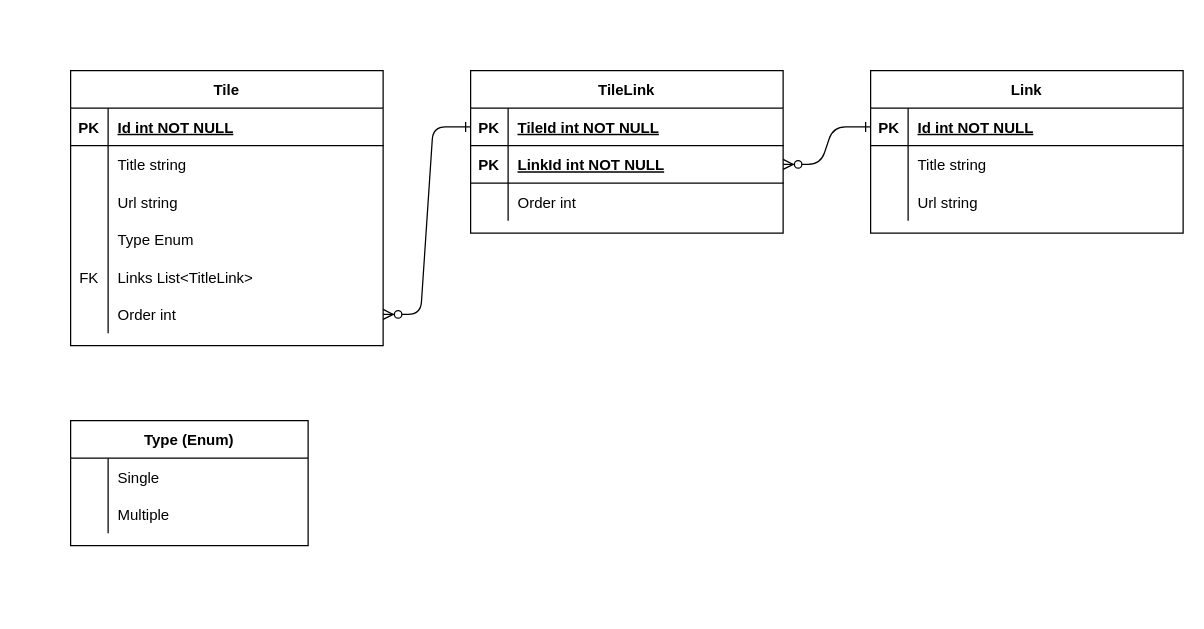
Black-Seraphim/LinklistCreator keeps this draw.io diagram as Model/Model.drawio. Above is the earlier version. Source tidied: cells renumbered, new cells numbered last; positions are measured from the earlier drawing's top-left corner, leaving out a move shared by most shapes. Both pictures are drawn from the tidied source at 125%, with x=0, y=0 at pixel (70, 70).
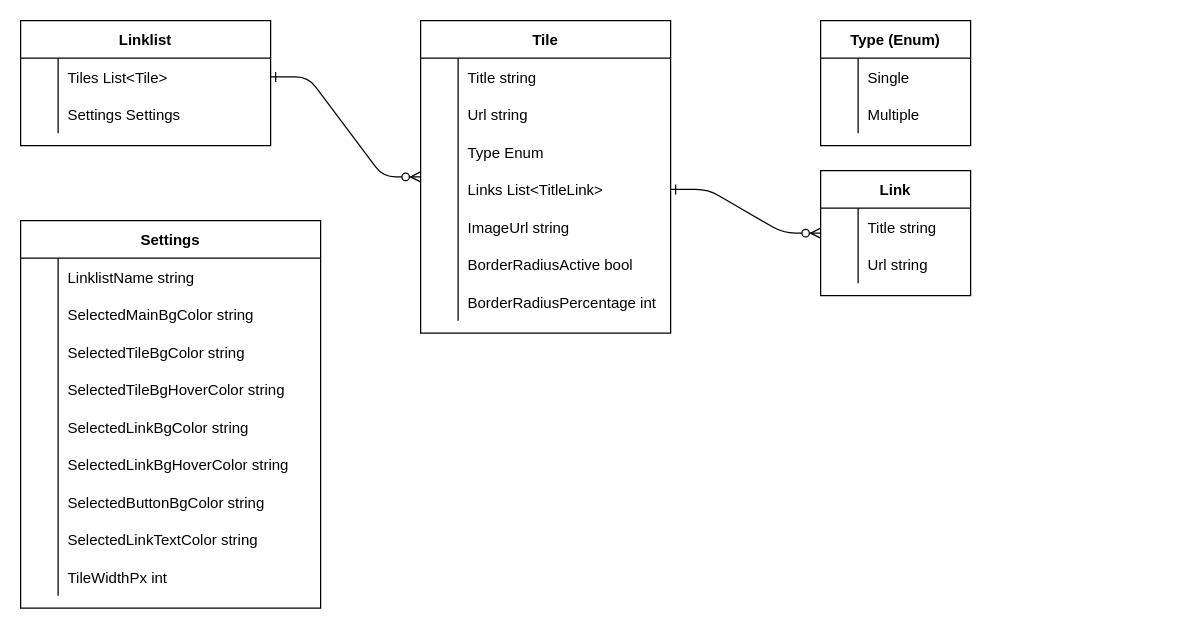
The same diagram, later.

The edit, as a diff of the source:
```diff
@@
-    <mxCell id="2" style="edgeStyle=entityRelationEdgeStyle;endArrow=ERzeroToMany;startArrow=ERone;endFill=1;startFill=0;exitX=0;exitY=0.5;exitDx=0;exitDy=0;entryX=1;entryY=0.5;entryDx=0;entryDy=0;" parent="1" edge="1" source="40" target="29">
+    <mxCell id="2" style="edgeStyle=entityRelationEdgeStyle;endArrow=ERzeroToMany;startArrow=ERone;endFill=1;startFill=0;" parent="1" edge="1" source="26" target="3">
       <mxGeometry relative="1" as="geometry" />
     </mxCell>
     <mxCell id="3" value="Link" style="shape=table;startSize=30;childLayout=tableLayout;rowLines=0;fontStyle=1;align=center;" parent="1" vertex="1">
-      <mxGeometry x="640" width="250" height="130" as="geometry" />
+      <mxGeometry x="600" y="80" width="120" height="100" as="geometry" />
     </mxCell>
-    <mxCell id="4" style="shape=partialRectangle;fillColor=none;points=[[0,0.5],[1,0.5]];portConstraint=eastwest;top=0;left=0;right=0;bottom=1;" parent="3" vertex="1">
-      <mxGeometry y="30" width="250" height="30" as="geometry" />
-    </mxCell>
-    <mxCell id="5" value="PK" style="shape=partialRectangle;overflow=hidden;fillColor=none;top=0;left=0;bottom=0;right=0;fontStyle=1;" parent="4" vertex="1">
-      <mxGeometry width="30" height="30" as="geometry" />
-    </mxCell>
-    <mxCell id="6" value="Id int NOT NULL" style="shape=partialRectangle;overflow=hidden;fillColor=none;top=0;left=0;bottom=0;right=0;align=left;spacingLeft=6;fontStyle=5;" parent="4" vertex="1">
-      <mxGeometry x="30" width="220" height="30" as="geometry" />
-    </mxCell>
     <mxCell id="7" style="shape=partialRectangle;fillColor=none;top=0;left=0;right=0;bottom=0;" parent="3" vertex="1">
-      <mxGeometry y="60" width="250" height="30" as="geometry" />
+      <mxGeometry y="30" width="120" height="30" as="geometry" />
     </mxCell>
@@
     <mxCell id="9" value="Title string" style="shape=partialRectangle;overflow=hidden;fillColor=none;top=0;left=0;bottom=0;right=0;align=left;spacingLeft=6;" parent="7" vertex="1">
-      <mxGeometry x="30" width="220" height="30" as="geometry" />
+      <mxGeometry x="30" width="90" height="30" as="geometry" />
     </mxCell>
     <mxCell id="10" style="shape=partialRectangle;fillColor=none;top=0;left=0;right=0;bottom=0;" parent="3" vertex="1">
-      <mxGeometry y="90" width="250" height="30" as="geometry" />
+      <mxGeometry y="60" width="120" height="30" as="geometry" />
     </mxCell>
@@
     <mxCell id="12" value="Url string" style="shape=partialRectangle;overflow=hidden;fillColor=none;top=0;left=0;bottom=0;right=0;align=left;spacingLeft=6;" parent="10" vertex="1">
-      <mxGeometry x="30" width="220" height="30" as="geometry" />
+      <mxGeometry x="30" width="90" height="30" as="geometry" />
     </mxCell>
     <mxCell id="13" value="Tile" style="shape=table;startSize=30;childLayout=tableLayout;rowLines=0;fontStyle=1;align=center;" parent="1" vertex="1">
-      <mxGeometry width="250" height="220" as="geometry" />
+      <mxGeometry x="280" y="-40" width="200" height="250" as="geometry" />
     </mxCell>
-    <mxCell id="14" style="shape=partialRectangle;fillColor=none;top=0;left=0;right=0;bottom=1;" parent="13" vertex="1">
-      <mxGeometry y="30" width="250" height="30" as="geometry" />
-    </mxCell>
-    <mxCell id="15" value="PK" style="shape=partialRectangle;overflow=hidden;fillColor=none;top=0;left=0;bottom=0;right=0;fontStyle=1;" parent="14" vertex="1">
-      <mxGeometry width="30" height="30" as="geometry" />
-    </mxCell>
-    <mxCell id="16" value="Id int NOT NULL" style="shape=partialRectangle;overflow=hidden;fillColor=none;top=0;left=0;bottom=0;right=0;align=left;spacingLeft=6;fontStyle=5;" parent="14" vertex="1">
-      <mxGeometry x="30" width="220" height="30" as="geometry" />
-    </mxCell>
     <mxCell id="17" style="shape=partialRectangle;fillColor=none;top=0;left=0;right=0;bottom=0;" parent="13" vertex="1">
-      <mxGeometry y="60" width="250" height="30" as="geometry" />
+      <mxGeometry y="30" width="200" height="30" as="geometry" />
     </mxCell>
@@
     <mxCell id="19" value="Title string" style="shape=partialRectangle;overflow=hidden;fillColor=none;top=0;left=0;bottom=0;right=0;align=left;spacingLeft=6;" parent="17" vertex="1">
-      <mxGeometry x="30" width="220" height="30" as="geometry" />
+      <mxGeometry x="30" width="170" height="30" as="geometry" />
     </mxCell>
     <mxCell id="20" style="shape=partialRectangle;fillColor=none;top=0;left=0;right=0;bottom=0;" parent="13" vertex="1">
-      <mxGeometry y="90" width="250" height="30" as="geometry" />
+      <mxGeometry y="60" width="200" height="30" as="geometry" />
     </mxCell>
@@
     <mxCell id="22" value="Url string" style="shape=partialRectangle;overflow=hidden;fillColor=none;top=0;left=0;bottom=0;right=0;align=left;spacingLeft=6;" parent="20" vertex="1">
-      <mxGeometry x="30" width="220" height="30" as="geometry" />
+      <mxGeometry x="30" width="170" height="30" as="geometry" />
     </mxCell>
     <mxCell id="23" style="shape=partialRectangle;fillColor=none;top=0;left=0;right=0;bottom=0;" parent="13" vertex="1">
-      <mxGeometry y="120" width="250" height="30" as="geometry" />
+      <mxGeometry y="90" width="200" height="30" as="geometry" />
     </mxCell>
@@
     <mxCell id="25" value="Type Enum" style="shape=partialRectangle;overflow=hidden;fillColor=none;top=0;left=0;bottom=0;right=0;align=left;spacingLeft=6;" parent="23" vertex="1">
-      <mxGeometry x="30" width="220" height="30" as="geometry" />
+      <mxGeometry x="30" width="170" height="30" as="geometry" />
     </mxCell>
     <mxCell id="26" style="shape=partialRectangle;fillColor=none;points=[[0,0.5],[1,0.5]];portConstraint=eastwest;top=0;left=0;right=0;bottom=0;" parent="13" vertex="1">
-      <mxGeometry y="150" width="250" height="30" as="geometry" />
+      <mxGeometry y="120" width="200" height="30" as="geometry" />
     </mxCell>
-    <mxCell id="27" value="FK" style="shape=partialRectangle;overflow=hidden;fillColor=none;top=0;left=0;bottom=0;right=0;" parent="26" vertex="1">
+    <mxCell id="27" style="shape=partialRectangle;overflow=hidden;fillColor=none;top=0;left=0;bottom=0;right=0;" parent="26" vertex="1">
       <mxGeometry width="30" height="30" as="geometry" />
     </mxCell>
     <mxCell id="28" value="Links List&lt;TitleLink&gt;" style="shape=partialRectangle;overflow=hidden;fillColor=none;top=0;left=0;bottom=0;right=0;align=left;spacingLeft=6;" parent="26" vertex="1">
-      <mxGeometry x="30" width="220" height="30" as="geometry" />
+      <mxGeometry x="30" width="170" height="30" as="geometry" />
     </mxCell>
+    <mxCell id="50" style="shape=partialRectangle;fillColor=none;top=0;left=0;right=0;bottom=0;" parent="13" vertex="1">
+      <mxGeometry y="150" width="200" height="30" as="geometry" />
+    </mxCell>
+    <mxCell id="51" style="shape=partialRectangle;overflow=hidden;fillColor=none;top=0;left=0;bottom=0;right=0;" parent="50" vertex="1">
+      <mxGeometry width="30" height="30" as="geometry" />
+    </mxCell>
+    <mxCell id="52" value="ImageUrl string" style="shape=partialRectangle;overflow=hidden;fillColor=none;top=0;left=0;bottom=0;right=0;align=left;spacingLeft=6;" parent="50" vertex="1">
+      <mxGeometry x="30" width="170" height="30" as="geometry" />
+    </mxCell>
+    <mxCell id="53" style="shape=partialRectangle;fillColor=none;top=0;left=0;right=0;bottom=0;" parent="13" vertex="1">
+      <mxGeometry y="180" width="200" height="30" as="geometry" />
+    </mxCell>
+    <mxCell id="54" style="shape=partialRectangle;overflow=hidden;fillColor=none;top=0;left=0;bottom=0;right=0;" parent="53" vertex="1">
+      <mxGeometry width="30" height="30" as="geometry" />
+    </mxCell>
+    <mxCell id="55" value="BorderRadiusActive bool" style="shape=partialRectangle;overflow=hidden;fillColor=none;top=0;left=0;bottom=0;right=0;align=left;spacingLeft=6;" parent="53" vertex="1">
+      <mxGeometry x="30" width="170" height="30" as="geometry" />
+    </mxCell>
     <mxCell id="29" style="shape=partialRectangle;fillColor=none;points=[[0,0.5],[1,0.5]];portConstraint=eastwest;top=0;left=0;right=0;bottom=0;" parent="13" vertex="1">
-      <mxGeometry y="180" width="250" height="30" as="geometry" />
+      <mxGeometry y="210" width="200" height="30" as="geometry" />
     </mxCell>
@@
-    <mxCell id="31" value="Order int" style="shape=partialRectangle;overflow=hidden;fillColor=none;top=0;left=0;bottom=0;right=0;align=left;spacingLeft=6;" parent="29" vertex="1">
-      <mxGeometry x="30" width="220" height="30" as="geometry" />
+    <mxCell id="31" value="BorderRadiusPercentage int" style="shape=partialRectangle;overflow=hidden;fillColor=none;top=0;left=0;bottom=0;right=0;align=left;spacingLeft=6;" parent="29" vertex="1">
+      <mxGeometry x="30" width="170" height="30" as="geometry" />
     </mxCell>
     <mxCell id="32" value="Type (Enum)" style="shape=table;startSize=30;childLayout=tableLayout;rowLines=0;fontStyle=1;align=center;" parent="1" vertex="1">
-      <mxGeometry y="280" width="190" height="100" as="geometry" />
+      <mxGeometry x="600" y="-40" width="120" height="100" as="geometry" />
     </mxCell>
     <mxCell id="33" style="shape=partialRectangle;fillColor=none;top=0;left=0;right=0;bottom=0;" parent="32" vertex="1">
-      <mxGeometry y="30" width="190" height="30" as="geometry" />
+      <mxGeometry y="30" width="120" height="30" as="geometry" />
     </mxCell>
@@
     <mxCell id="35" value="Single" style="shape=partialRectangle;overflow=hidden;fillColor=none;top=0;left=0;bottom=0;right=0;align=left;spacingLeft=6;" parent="33" vertex="1">
-      <mxGeometry x="30" width="160" height="30" as="geometry" />
+      <mxGeometry x="30" width="90" height="30" as="geometry" />
     </mxCell>
     <mxCell id="36" style="shape=partialRectangle;fillColor=none;top=0;left=0;right=0;bottom=0;" parent="32" vertex="1">
-      <mxGeometry y="60" width="190" height="30" as="geometry" />
+      <mxGeometry y="60" width="120" height="30" as="geometry" />
     </mxCell>
@@
     <mxCell id="38" value="Multiple" style="shape=partialRectangle;overflow=hidden;fillColor=none;top=0;left=0;bottom=0;right=0;align=left;spacingLeft=6;" parent="36" vertex="1">
-      <mxGeometry x="30" width="160" height="30" as="geometry" />
+      <mxGeometry x="30" width="90" height="30" as="geometry" />
     </mxCell>
-    <mxCell id="39" value="TileLink" style="shape=table;startSize=30;childLayout=tableLayout;rowLines=0;fontStyle=1;align=center;" parent="1" vertex="1">
-      <mxGeometry x="320" width="250" height="130" as="geometry" />
-    </mxCell>
-    <mxCell id="40" style="shape=partialRectangle;fillColor=none;points=[[0,0.5],[1,0.5]];portConstraint=eastwest;top=0;left=0;right=0;bottom=1;" parent="39" vertex="1">
-      <mxGeometry y="30" width="250" height="30" as="geometry" />
-    </mxCell>
-    <mxCell id="41" value="PK" style="shape=partialRectangle;overflow=hidden;fillColor=none;top=0;left=0;bottom=0;right=0;fontStyle=1;" parent="40" vertex="1">
-      <mxGeometry width="30" height="30" as="geometry" />
-    </mxCell>
-    <mxCell id="42" value="TileId int NOT NULL" style="shape=partialRectangle;overflow=hidden;fillColor=none;top=0;left=0;bottom=0;right=0;align=left;spacingLeft=6;fontStyle=5;" parent="40" vertex="1">
-      <mxGeometry x="30" width="220" height="30" as="geometry" />
-    </mxCell>
-    <mxCell id="43" style="shape=partialRectangle;fillColor=none;points=[[0,0.5],[1,0.5]];portConstraint=eastwest;top=0;left=0;right=0;bottom=1;" parent="39" vertex="1">
-      <mxGeometry y="60" width="250" height="30" as="geometry" />
-    </mxCell>
-    <mxCell id="44" value="PK" style="shape=partialRectangle;overflow=hidden;fillColor=none;top=0;left=0;bottom=0;right=0;fontStyle=1;" parent="43" vertex="1">
-      <mxGeometry width="30" height="30" as="geometry" />
-    </mxCell>
-    <mxCell id="45" value="LinkId int NOT NULL" style="shape=partialRectangle;overflow=hidden;fillColor=none;top=0;left=0;bottom=0;right=0;align=left;spacingLeft=6;fontStyle=5;" parent="43" vertex="1">
-      <mxGeometry x="30" width="220" height="30" as="geometry" />
-    </mxCell>
-    <mxCell id="46" style="shape=partialRectangle;fillColor=none;top=0;left=0;right=0;bottom=0;" parent="39" vertex="1">
-      <mxGeometry y="90" width="250" height="30" as="geometry" />
-    </mxCell>
-    <mxCell id="47" style="shape=partialRectangle;overflow=hidden;fillColor=none;top=0;left=0;bottom=0;right=0;" parent="46" vertex="1">
-      <mxGeometry width="30" height="30" as="geometry" />
-    </mxCell>
-    <mxCell id="48" value="Order int" style="shape=partialRectangle;overflow=hidden;fillColor=none;top=0;left=0;bottom=0;right=0;align=left;spacingLeft=6;" parent="46" vertex="1">
-      <mxGeometry x="30" width="220" height="30" as="geometry" />
-    </mxCell>
-    <mxCell id="49" style="edgeStyle=entityRelationEdgeStyle;endArrow=ERzeroToMany;startArrow=ERone;endFill=1;startFill=0;entryX=1;entryY=0.5;entryDx=0;entryDy=0;exitX=0;exitY=0.5;exitDx=0;exitDy=0;" parent="1" edge="1" source="4" target="43">
-      <mxGeometry relative="1" as="geometry" />
-    </mxCell>
+    <mxCell id="56" value="Settings" style="shape=table;startSize=30;childLayout=tableLayout;rowLines=0;fontStyle=1;align=center;" parent="1" vertex="1">
+      <mxGeometry x="-40" y="120" width="240" height="310" as="geometry" />
+    </mxCell>
+    <mxCell id="57" style="shape=partialRectangle;fillColor=none;top=0;left=0;right=0;bottom=0;" parent="56" vertex="1">
+      <mxGeometry y="30" width="240" height="30" as="geometry" />
+    </mxCell>
+    <mxCell id="58" style="shape=partialRectangle;overflow=hidden;fillColor=none;top=0;left=0;bottom=0;right=0;" parent="57" vertex="1">
+      <mxGeometry width="30" height="30" as="geometry" />
+    </mxCell>
+    <mxCell id="59" value="LinklistName string" style="shape=partialRectangle;overflow=hidden;fillColor=none;top=0;left=0;bottom=0;right=0;align=left;spacingLeft=6;" parent="57" vertex="1">
+      <mxGeometry x="30" width="210" height="30" as="geometry" />
+    </mxCell>
+    <mxCell id="60" style="shape=partialRectangle;fillColor=none;top=0;left=0;right=0;bottom=0;" parent="56" vertex="1">
+      <mxGeometry y="60" width="240" height="30" as="geometry" />
+    </mxCell>
+    <mxCell id="61" style="shape=partialRectangle;overflow=hidden;fillColor=none;top=0;left=0;bottom=0;right=0;" parent="60" vertex="1">
+      <mxGeometry width="30" height="30" as="geometry" />
+    </mxCell>
+    <mxCell id="62" value="SelectedMainBgColor string" style="shape=partialRectangle;overflow=hidden;fillColor=none;top=0;left=0;bottom=0;right=0;align=left;spacingLeft=6;" parent="60" vertex="1">
+      <mxGeometry x="30" width="210" height="30" as="geometry" />
+    </mxCell>
+    <mxCell id="63" style="shape=partialRectangle;fillColor=none;top=0;left=0;right=0;bottom=0;" parent="56" vertex="1">
+      <mxGeometry y="90" width="240" height="30" as="geometry" />
+    </mxCell>
+    <mxCell id="64" style="shape=partialRectangle;overflow=hidden;fillColor=none;top=0;left=0;bottom=0;right=0;" parent="63" vertex="1">
+      <mxGeometry width="30" height="30" as="geometry" />
+    </mxCell>
+    <mxCell id="65" value="SelectedTileBgColor string" style="shape=partialRectangle;overflow=hidden;fillColor=none;top=0;left=0;bottom=0;right=0;align=left;spacingLeft=6;" parent="63" vertex="1">
+      <mxGeometry x="30" width="210" height="30" as="geometry" />
+    </mxCell>
+    <mxCell id="66" style="shape=partialRectangle;fillColor=none;top=0;left=0;right=0;bottom=0;" parent="56" vertex="1">
+      <mxGeometry y="120" width="240" height="30" as="geometry" />
+    </mxCell>
+    <mxCell id="67" style="shape=partialRectangle;overflow=hidden;fillColor=none;top=0;left=0;bottom=0;right=0;" parent="66" vertex="1">
+      <mxGeometry width="30" height="30" as="geometry" />
+    </mxCell>
+    <mxCell id="68" value="SelectedTileBgHoverColor string" style="shape=partialRectangle;overflow=hidden;fillColor=none;top=0;left=0;bottom=0;right=0;align=left;spacingLeft=6;" parent="66" vertex="1">
+      <mxGeometry x="30" width="210" height="30" as="geometry" />
+    </mxCell>
+    <mxCell id="69" style="shape=partialRectangle;fillColor=none;top=0;left=0;right=0;bottom=0;" parent="56" vertex="1">
+      <mxGeometry y="150" width="240" height="30" as="geometry" />
+    </mxCell>
+    <mxCell id="70" style="shape=partialRectangle;overflow=hidden;fillColor=none;top=0;left=0;bottom=0;right=0;" parent="69" vertex="1">
+      <mxGeometry width="30" height="30" as="geometry" />
+    </mxCell>
+    <mxCell id="71" value="SelectedLinkBgColor string" style="shape=partialRectangle;overflow=hidden;fillColor=none;top=0;left=0;bottom=0;right=0;align=left;spacingLeft=6;" parent="69" vertex="1">
+      <mxGeometry x="30" width="210" height="30" as="geometry" />
+    </mxCell>
+    <mxCell id="72" style="shape=partialRectangle;fillColor=none;top=0;left=0;right=0;bottom=0;" parent="56" vertex="1">
+      <mxGeometry y="180" width="240" height="30" as="geometry" />
+    </mxCell>
+    <mxCell id="73" style="shape=partialRectangle;overflow=hidden;fillColor=none;top=0;left=0;bottom=0;right=0;" parent="72" vertex="1">
+      <mxGeometry width="30" height="30" as="geometry" />
+    </mxCell>
+    <mxCell id="74" value="SelectedLinkBgHoverColor string" style="shape=partialRectangle;overflow=hidden;fillColor=none;top=0;left=0;bottom=0;right=0;align=left;spacingLeft=6;" parent="72" vertex="1">
+      <mxGeometry x="30" width="210" height="30" as="geometry" />
+    </mxCell>
+    <mxCell id="75" style="shape=partialRectangle;fillColor=none;top=0;left=0;right=0;bottom=0;" parent="56" vertex="1">
+      <mxGeometry y="210" width="240" height="30" as="geometry" />
+    </mxCell>
+    <mxCell id="76" style="shape=partialRectangle;overflow=hidden;fillColor=none;top=0;left=0;bottom=0;right=0;" parent="75" vertex="1">
+      <mxGeometry width="30" height="30" as="geometry" />
+    </mxCell>
+    <mxCell id="77" value="SelectedButtonBgColor string" style="shape=partialRectangle;overflow=hidden;fillColor=none;top=0;left=0;bottom=0;right=0;align=left;spacingLeft=6;" parent="75" vertex="1">
+      <mxGeometry x="30" width="210" height="30" as="geometry" />
+    </mxCell>
+    <mxCell id="78" style="shape=partialRectangle;fillColor=none;top=0;left=0;right=0;bottom=0;" parent="56" vertex="1">
+      <mxGeometry y="240" width="240" height="30" as="geometry" />
+    </mxCell>
+    <mxCell id="79" style="shape=partialRectangle;overflow=hidden;fillColor=none;top=0;left=0;bottom=0;right=0;" parent="78" vertex="1">
+      <mxGeometry width="30" height="30" as="geometry" />
+    </mxCell>
+    <mxCell id="80" value="SelectedLinkTextColor string" style="shape=partialRectangle;overflow=hidden;fillColor=none;top=0;left=0;bottom=0;right=0;align=left;spacingLeft=6;" parent="78" vertex="1">
+      <mxGeometry x="30" width="210" height="30" as="geometry" />
+    </mxCell>
+    <mxCell id="81" style="shape=partialRectangle;fillColor=none;top=0;left=0;right=0;bottom=0;" parent="56" vertex="1">
+      <mxGeometry y="270" width="240" height="30" as="geometry" />
+    </mxCell>
+    <mxCell id="82" style="shape=partialRectangle;overflow=hidden;fillColor=none;top=0;left=0;bottom=0;right=0;" parent="81" vertex="1">
+      <mxGeometry width="30" height="30" as="geometry" />
+    </mxCell>
+    <mxCell id="83" value="TileWidthPx int" style="shape=partialRectangle;overflow=hidden;fillColor=none;top=0;left=0;bottom=0;right=0;align=left;spacingLeft=6;" parent="81" vertex="1">
+      <mxGeometry x="30" width="210" height="30" as="geometry" />
+    </mxCell>
+    <mxCell id="84" value="Linklist" style="shape=table;startSize=30;childLayout=tableLayout;rowLines=0;fontStyle=1;align=center;" parent="1" vertex="1">
+      <mxGeometry x="-40" y="-40" width="200" height="100" as="geometry" />
+    </mxCell>
+    <mxCell id="85" style="shape=partialRectangle;fillColor=none;points=[[0,0.5],[1,0.5]];portConstraint=eastwest;top=0;left=0;right=0;bottom=0;" parent="84" vertex="1">
+      <mxGeometry y="30" width="200" height="30" as="geometry" />
+    </mxCell>
+    <mxCell id="86" style="shape=partialRectangle;overflow=hidden;fillColor=none;top=0;left=0;bottom=0;right=0;" parent="85" vertex="1">
+      <mxGeometry width="30" height="30" as="geometry" />
+    </mxCell>
+    <mxCell id="87" value="Tiles List&lt;Tile&gt;" style="shape=partialRectangle;overflow=hidden;fillColor=none;top=0;left=0;bottom=0;right=0;align=left;spacingLeft=6;" parent="85" vertex="1">
+      <mxGeometry x="30" width="170" height="30" as="geometry" />
+    </mxCell>
+    <mxCell id="88" style="shape=partialRectangle;fillColor=none;top=0;left=0;right=0;bottom=0;" parent="84" vertex="1">
+      <mxGeometry y="60" width="200" height="30" as="geometry" />
+    </mxCell>
+    <mxCell id="89" style="shape=partialRectangle;overflow=hidden;fillColor=none;top=0;left=0;bottom=0;right=0;" parent="88" vertex="1">
+      <mxGeometry width="30" height="30" as="geometry" />
+    </mxCell>
+    <mxCell id="90" value="Settings Settings" style="shape=partialRectangle;overflow=hidden;fillColor=none;top=0;left=0;bottom=0;right=0;align=left;spacingLeft=6;" parent="88" vertex="1">
+      <mxGeometry x="30" width="170" height="30" as="geometry" />
+    </mxCell>
+    <mxCell id="91" style="edgeStyle=entityRelationEdgeStyle;endArrow=ERzeroToMany;startArrow=ERone;endFill=1;startFill=0;" parent="1" edge="1" source="85" target="13">
+      <mxGeometry relative="1" as="geometry" />
+    </mxCell>
```
